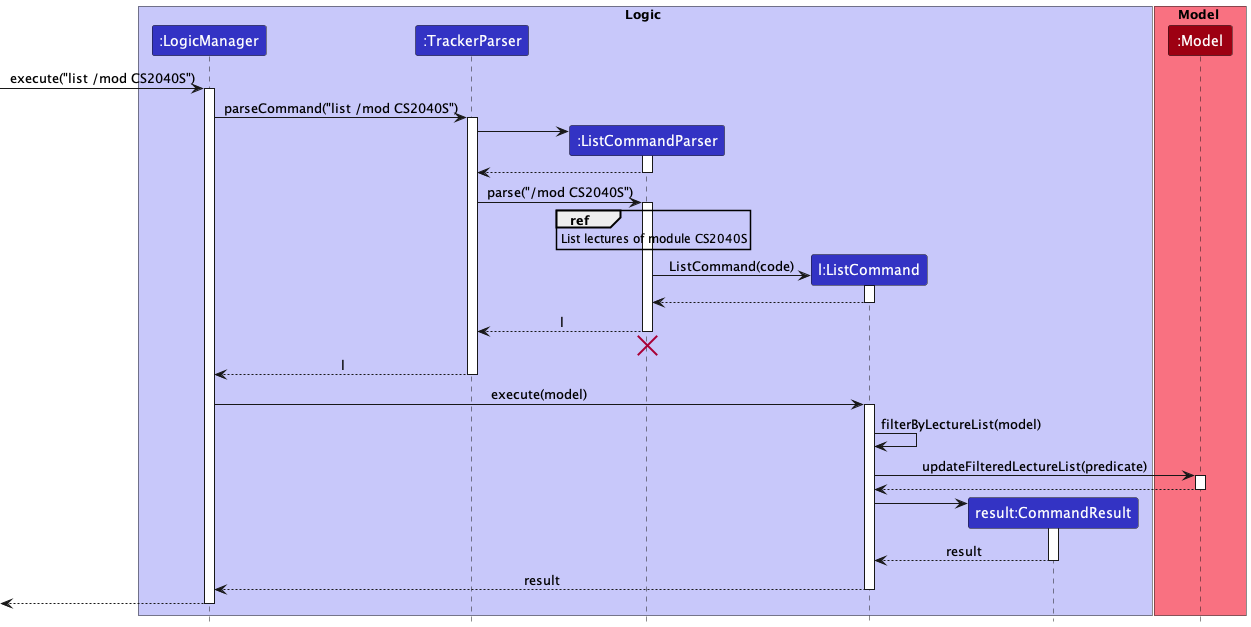
This is docs/images/ListSequenceDiagram.png from nus-cs2103-AY2223S2/tp, a PlantUML export, as it was before one commit.
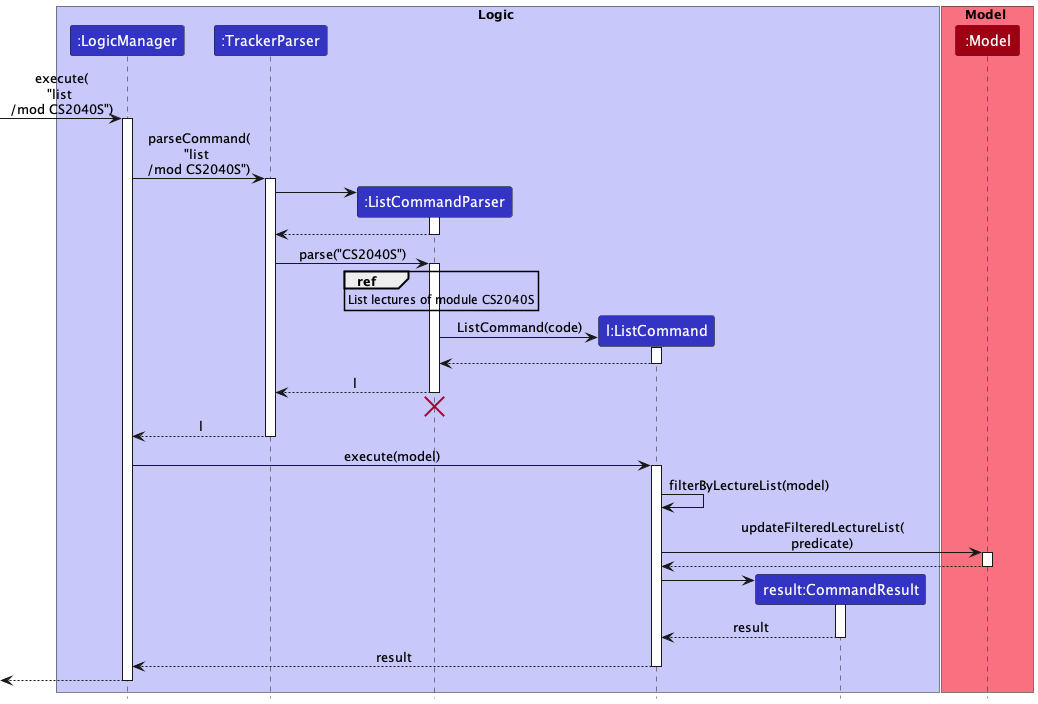
Later version of the same file.

Commit message:
Updated list and find sequence diagram

The edit, as a diff of the source:
```diff
@@ -13,10 +13,10 @@
 participant ":Model" as Model MODEL_COLOR
 end box
 
-[-> LogicManager : execute("list /mod CS2040S")
+[-> LogicManager : execute(\n"list \n/mod CS2040S")
 activate LogicManager
 
-LogicManager -> TrackerParser : parseCommand("list /mod CS2040S")
+LogicManager -> TrackerParser : parseCommand(\n"list \n/mod CS2040S")
 activate TrackerParser
 
 create ListCommandParser
@@ -26,7 +26,7 @@
 ListCommandParser --> TrackerParser
 deactivate ListCommandParser
 
-TrackerParser -> ListCommandParser : parse("/mod CS2040S")
+TrackerParser -> ListCommandParser : parse("CS2040S")
 activate ListCommandParser
 
 ref over ListCommandParser
@@ -54,7 +54,7 @@
 
 ListCommand -> ListCommand : filterByLectureList(model)
 
-ListCommand -> Model : updateFilteredLectureList(predicate)
+ListCommand -> Model : updateFilteredLectureList(\npredicate)
 activate Model
 
 Model --> ListCommand
```
